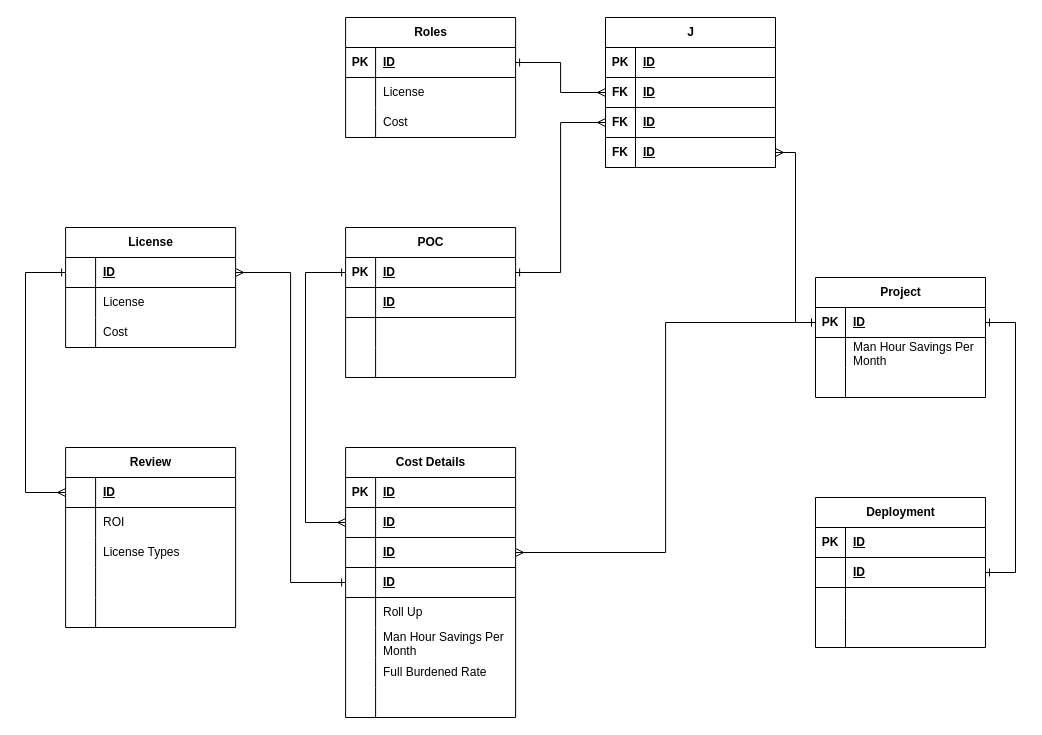
The draw.io diagram page "Option-3" (3 of 4) of erd-projint-01.drawio in josjreyes/ProjectIntake, before the edit. Source tidied: cells renumbered, new cells numbered last; positions are measured from the earlier drawing's top-left corner, leaving out a move shared by most shapes. Both pictures are drawn from the tidied source at 100%, with x=0, y=0 at pixel (25, 17).
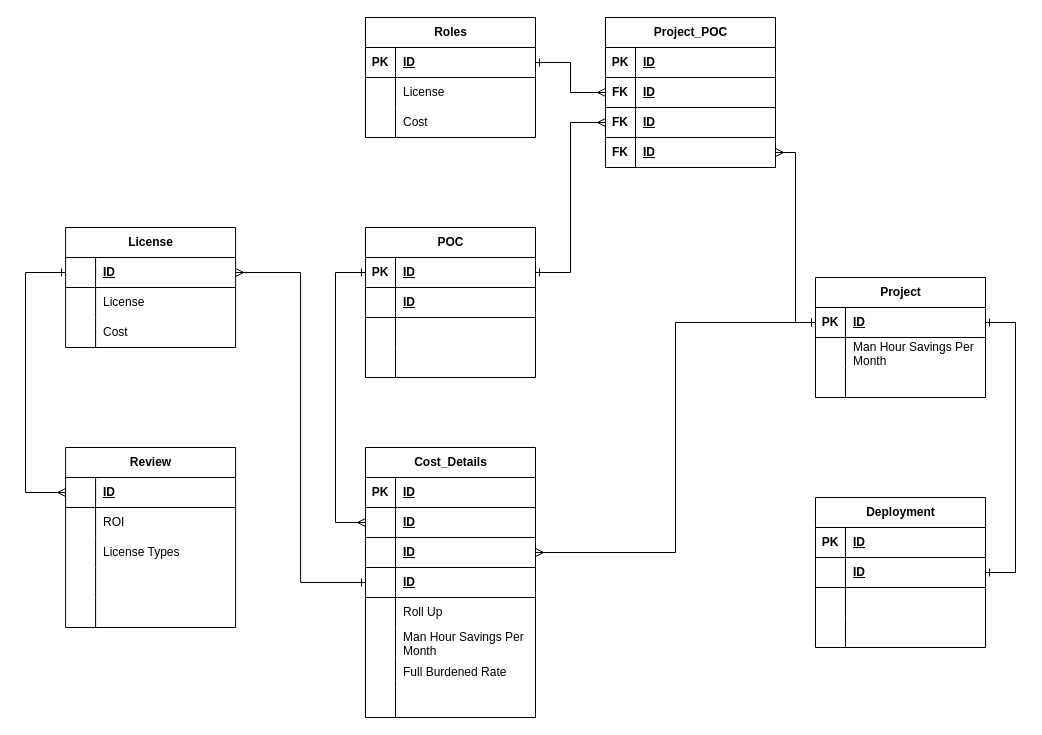
The same diagram, later.

The change refers to these unchanged cells:
```xml
<mxCell id="26" style="shape=tableRow;horizontal=0;startSize=0;swimlaneHead=0;swimlaneBody=0;fillColor=none;points=[[0,0.5],[1,0.5]];portConstraint=eastwest;top=0;left=0;right=0;bottom=1;" parent="22" vertex="1">
  <mxGeometry y="60" width="170" height="30" as="geometry" />
</mxCell>
<mxCell id="48" style="shape=tableRow;horizontal=0;startSize=0;swimlaneHead=0;swimlaneBody=0;fillColor=none;points=[[0,0.5],[1,0.5]];portConstraint=eastwest;top=0;left=0;right=0;bottom=1;" parent="47" vertex="1">
  <mxGeometry y="30" width="170" height="30" as="geometry" />
</mxCell>
```

The edit, as a diff of the source:
```diff
@@
-    <mxCell id="22" value="Cost Details" style="shape=table;startSize=30;childLayout=tableLayout;rowLines=0;fontStyle=1;align=center;html=1;" parent="1" vertex="1">
-      <mxGeometry x="320.1" y="430" width="170" height="270" as="geometry" />
+    <mxCell id="22" value="Cost_Details" style="shape=table;startSize=30;childLayout=tableLayout;rowLines=0;fontStyle=1;align=center;html=1;" parent="1" vertex="1">
+      <mxGeometry x="340" y="430" width="170" height="270" as="geometry" />
     </mxCell>
@@
     <mxCell id="47" value="POC" style="shape=table;startSize=30;childLayout=tableLayout;rowLines=0;fontStyle=1;align=center;html=1;" parent="1" vertex="1">
-      <mxGeometry x="320.1" y="210" width="170" height="150" as="geometry" />
+      <mxGeometry x="340" y="210" width="170" height="150" as="geometry" />
     </mxCell>
@@
     <mxCell id="75" style="edgeStyle=orthogonalEdgeStyle;rounded=0;jettySize=auto;html=1;endArrow=ERone;endFill=0;startArrow=ERmany;startFill=0;exitX=0;exitY=0.5;exitDx=0;exitDy=0;entryX=0;entryY=0.5;entryDx=0;entryDy=0;" parent="1" edge="1" source="26" target="48">
       <mxGeometry relative="1" as="geometry">
         <Array as="points">
-          <mxPoint x="280" y="505" />
-          <mxPoint x="280" y="255" />
+          <mxPoint x="310" y="505" />
+          <mxPoint x="310" y="255" />
         </Array>
       </mxGeometry>
     </mxCell>
@@
     <mxCell id="94" value="Roles" style="shape=table;startSize=30;childLayout=tableLayout;rowLines=0;fontStyle=1;align=center;html=1;" parent="1" vertex="1">
-      <mxGeometry x="320.1" width="170" height="120" as="geometry" />
+      <mxGeometry x="340" width="170" height="120" as="geometry" />
     </mxCell>
@@
-    <mxCell id="104" value="J" style="shape=table;startSize=30;childLayout=tableLayout;rowLines=0;fontStyle=1;align=center;html=1;" parent="1" vertex="1">
+    <mxCell id="104" value="Project_POC" style="shape=table;startSize=30;childLayout=tableLayout;rowLines=0;fontStyle=1;align=center;html=1;" parent="1" vertex="1">
       <mxGeometry x="580" width="170" height="150" as="geometry" />
     </mxCell>
```
